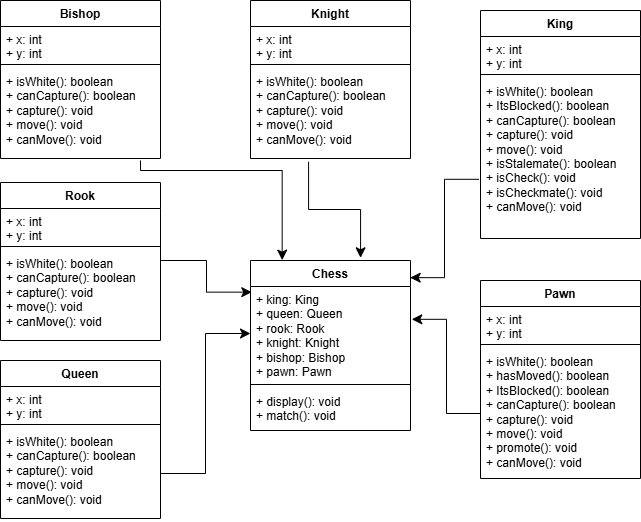
The draw.io diagram Chess/src/Class Diagrams/MainScreen.png in 425656gabriel/Chess, before a commit. Source tidied: cells renumbered, new cells last; positions are measured from the earlier drawing's top-left corner, leaving out a move shared by most shapes.
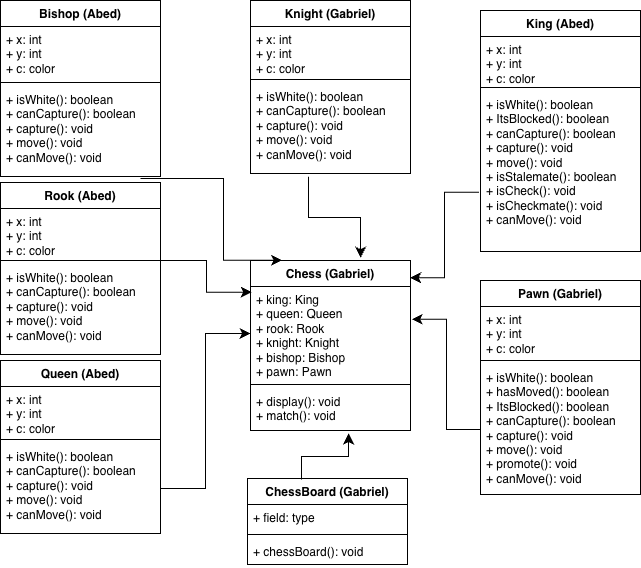
After the commit.

What changed in the source:
```diff
@@ -2,7 +2,7 @@
   <root>
     <mxCell id="0" />
     <mxCell id="1" parent="0" />
-    <mxCell id="2" value="Chess" style="swimlane;fontStyle=1;align=center;verticalAlign=top;horizontal=1;startSize=26;whiteSpace=wrap;html=1;" parent="1" vertex="1">
+    <mxCell id="2" value="Chess (Gabriel)" style="swimlane;fontStyle=1;align=center;verticalAlign=top;horizontal=1;startSize=26;whiteSpace=wrap;html=1;" parent="1" vertex="1">
       <mxGeometry x="250" y="260" width="160" height="170" as="geometry" />
     </mxCell>
     <mxCell id="3" value="+ king: King&lt;div&gt;+ queen: Queen&lt;/div&gt;&lt;div&gt;+ rook: Rook&lt;/div&gt;&lt;div&gt;+ knight: Knight&lt;/div&gt;&lt;div&gt;+ bishop: Bishop&lt;/div&gt;&lt;div&gt;+ pawn: Pawn&lt;/div&gt;" style="text;strokeColor=none;fillColor=none;align=left;verticalAlign=top;spacingLeft=4;spacingRight=4;overflow=hidden;points=[[0,0.5],[1,0.5]];portConstraint=eastwest;whiteSpace=wrap;html=1;" parent="2" vertex="1">
@@ -14,77 +14,77 @@
     <mxCell id="5" value="+ display(): void&lt;div&gt;+ match(): void&lt;/div&gt;" style="text;strokeColor=none;fillColor=none;align=left;verticalAlign=top;spacingLeft=4;spacingRight=4;overflow=hidden;points=[[0,0.5],[1,0.5]];portConstraint=eastwest;whiteSpace=wrap;html=1;" parent="2" vertex="1">
       <mxGeometry y="128" width="160" height="42" as="geometry" />
     </mxCell>
-    <mxCell id="6" value="King" style="swimlane;fontStyle=1;align=center;verticalAlign=top;horizontal=1;startSize=26;whiteSpace=wrap;html=1;" parent="1" vertex="1">
-      <mxGeometry x="480" y="10" width="160" height="228" as="geometry" />
+    <mxCell id="6" value="King (Abed)" style="swimlane;fontStyle=1;align=center;verticalAlign=top;horizontal=1;startSize=26;whiteSpace=wrap;html=1;" parent="1" vertex="1">
+      <mxGeometry x="480" y="10" width="160" height="241" as="geometry" />
     </mxCell>
-    <mxCell id="7" value="+ x: int&lt;div&gt;+ y: int&lt;/div&gt;" style="text;strokeColor=none;fillColor=none;align=left;verticalAlign=top;spacingLeft=4;spacingRight=4;overflow=hidden;whiteSpace=wrap;html=1;" parent="6" vertex="1">
-      <mxGeometry y="26" width="160" height="34" as="geometry" />
+    <mxCell id="7" value="+ x: int&lt;div&gt;+ y: int&lt;/div&gt;&lt;div&gt;+ c: color&lt;/div&gt;" style="text;strokeColor=none;fillColor=none;align=left;verticalAlign=top;spacingLeft=4;spacingRight=4;overflow=hidden;whiteSpace=wrap;html=1;" parent="6" vertex="1">
+      <mxGeometry y="26" width="160" height="47" as="geometry" />
     </mxCell>
     <mxCell id="8" style="line;strokeWidth=1;fillColor=none;align=left;verticalAlign=middle;spacingTop=-1;spacingLeft=3;spacingRight=3;labelPosition=right;strokeColor=inherit;" parent="6" vertex="1">
-      <mxGeometry y="60" width="160" height="8" as="geometry" />
+      <mxGeometry y="73" width="160" height="8" as="geometry" />
     </mxCell>
     <mxCell id="9" value="&lt;div&gt;+ isWhite(): boolean&lt;div&gt;&lt;span style=&quot;background-color: transparent; color: light-dark(rgb(0, 0, 0), rgb(255, 255, 255));&quot;&gt;+ ItsBlocked(): boolean&lt;/span&gt;&lt;/div&gt;&lt;div&gt;+ canCapture(): boolean&lt;/div&gt;&lt;div&gt;+ capture(): void&lt;/div&gt;&lt;div&gt;+ move(): void&lt;/div&gt;&lt;div&gt;+ isStalemate(): boolean&lt;/div&gt;&lt;/div&gt;&lt;div&gt;+ isCheck(): void&lt;/div&gt;&lt;div&gt;+ isCheckmate(): void&lt;/div&gt;&lt;div&gt;+ canMove(): void&lt;/div&gt;" style="text;strokeColor=none;fillColor=none;align=left;verticalAlign=top;spacingLeft=4;spacingRight=4;overflow=hidden;points=[[0,0.5],[1,0.5]];portConstraint=eastwest;whiteSpace=wrap;html=1;" parent="6" vertex="1">
-      <mxGeometry y="68" width="160" height="160" as="geometry" />
+      <mxGeometry y="81" width="160" height="160" as="geometry" />
     </mxCell>
-    <mxCell id="10" value="Knight" style="swimlane;fontStyle=1;align=center;verticalAlign=top;horizontal=1;startSize=26;whiteSpace=wrap;html=1;" parent="1" vertex="1">
-      <mxGeometry x="250" width="160" height="158" as="geometry" />
+    <mxCell id="10" value="Knight (Gabriel)" style="swimlane;fontStyle=1;align=center;verticalAlign=top;horizontal=1;startSize=26;whiteSpace=wrap;html=1;" parent="1" vertex="1">
+      <mxGeometry x="250" width="160" height="173" as="geometry" />
     </mxCell>
-    <mxCell id="11" value="+ x: int&lt;div&gt;+ y: int&lt;/div&gt;" style="text;strokeColor=none;fillColor=none;align=left;verticalAlign=top;spacingLeft=4;spacingRight=4;overflow=hidden;whiteSpace=wrap;html=1;" parent="10" vertex="1">
-      <mxGeometry y="26" width="160" height="34" as="geometry" />
+    <mxCell id="11" value="+ x: int&lt;div&gt;+ y: int&lt;/div&gt;&lt;div&gt;+ c: color&lt;/div&gt;" style="text;strokeColor=none;fillColor=none;align=left;verticalAlign=top;spacingLeft=4;spacingRight=4;overflow=hidden;whiteSpace=wrap;html=1;" parent="10" vertex="1">
+      <mxGeometry y="26" width="160" height="49" as="geometry" />
     </mxCell>
     <mxCell id="12" style="line;strokeWidth=1;fillColor=none;align=left;verticalAlign=middle;spacingTop=-1;spacingLeft=3;spacingRight=3;labelPosition=right;strokeColor=inherit;" parent="10" vertex="1">
-      <mxGeometry y="60" width="160" height="8" as="geometry" />
+      <mxGeometry y="75" width="160" height="8" as="geometry" />
     </mxCell>
     <mxCell id="13" value="+ isWhite(): boolean&lt;div&gt;&lt;span style=&quot;background-color: transparent; color: light-dark(rgb(0, 0, 0), rgb(255, 255, 255));&quot;&gt;+ canCapture(): boolean&lt;/span&gt;&lt;/div&gt;&lt;div&gt;+ capture(): void&lt;/div&gt;&lt;div&gt;+ move(): void&lt;/div&gt;&lt;div&gt;&lt;span style=&quot;background-color: transparent; color: light-dark(rgb(0, 0, 0), rgb(255, 255, 255));&quot;&gt;+ canMove(): void&lt;/span&gt;&lt;/div&gt;" style="text;strokeColor=none;fillColor=none;align=left;verticalAlign=top;spacingLeft=4;spacingRight=4;overflow=hidden;points=[[0,0.5],[1,0.5]];portConstraint=eastwest;whiteSpace=wrap;html=1;" parent="10" vertex="1">
-      <mxGeometry y="68" width="160" height="90" as="geometry" />
+      <mxGeometry y="83" width="160" height="90" as="geometry" />
     </mxCell>
-    <mxCell id="14" value="Bishop" style="swimlane;fontStyle=1;align=center;verticalAlign=top;horizontal=1;startSize=26;whiteSpace=wrap;html=1;" parent="1" vertex="1">
-      <mxGeometry width="160" height="158" as="geometry" />
+    <mxCell id="14" value="Bishop (Abed)" style="swimlane;fontStyle=1;align=center;verticalAlign=top;horizontal=1;startSize=26;whiteSpace=wrap;html=1;" parent="1" vertex="1">
+      <mxGeometry width="160" height="176" as="geometry" />
     </mxCell>
-    <mxCell id="15" value="+ x: int&lt;div&gt;+ y: int&lt;/div&gt;" style="text;strokeColor=none;fillColor=none;align=left;verticalAlign=top;spacingLeft=4;spacingRight=4;overflow=hidden;whiteSpace=wrap;html=1;" parent="14" vertex="1">
-      <mxGeometry y="26" width="160" height="34" as="geometry" />
+    <mxCell id="15" value="+ x: int&lt;div&gt;+ y: int&lt;/div&gt;&lt;div&gt;+ c: color&lt;/div&gt;" style="text;strokeColor=none;fillColor=none;align=left;verticalAlign=top;spacingLeft=4;spacingRight=4;overflow=hidden;whiteSpace=wrap;html=1;" parent="14" vertex="1">
+      <mxGeometry y="26" width="160" height="52" as="geometry" />
     </mxCell>
     <mxCell id="16" style="line;strokeWidth=1;fillColor=none;align=left;verticalAlign=middle;spacingTop=-1;spacingLeft=3;spacingRight=3;labelPosition=right;strokeColor=inherit;" parent="14" vertex="1">
-      <mxGeometry y="60" width="160" height="8" as="geometry" />
+      <mxGeometry y="78" width="160" height="8" as="geometry" />
     </mxCell>
     <mxCell id="17" value="+ isWhite(): boolean&lt;div&gt;&lt;span style=&quot;background-color: transparent; color: light-dark(rgb(0, 0, 0), rgb(255, 255, 255));&quot;&gt;+ canCapture(): boolean&lt;/span&gt;&lt;/div&gt;&lt;div&gt;+ capture(): void&lt;/div&gt;&lt;div&gt;+ move(): void&lt;/div&gt;&lt;div&gt;&lt;span style=&quot;background-color: transparent; color: light-dark(rgb(0, 0, 0), rgb(255, 255, 255));&quot;&gt;+ canMove(): void&lt;/span&gt;&lt;/div&gt;" style="text;strokeColor=none;fillColor=none;align=left;verticalAlign=top;spacingLeft=4;spacingRight=4;overflow=hidden;points=[[0,0.5],[1,0.5]];portConstraint=eastwest;whiteSpace=wrap;html=1;" parent="14" vertex="1">
-      <mxGeometry y="68" width="160" height="90" as="geometry" />
+      <mxGeometry y="86" width="160" height="90" as="geometry" />
     </mxCell>
-    <mxCell id="18" value="Pawn" style="swimlane;fontStyle=1;align=center;verticalAlign=top;horizontal=1;startSize=26;whiteSpace=wrap;html=1;" parent="1" vertex="1">
-      <mxGeometry x="480" y="280" width="160" height="198" as="geometry" />
+    <mxCell id="18" value="Pawn (Gabriel)" style="swimlane;fontStyle=1;align=center;verticalAlign=top;horizontal=1;startSize=26;whiteSpace=wrap;html=1;" parent="1" vertex="1">
+      <mxGeometry x="480" y="280" width="160" height="214" as="geometry" />
     </mxCell>
-    <mxCell id="19" value="+ x: int&lt;div&gt;+ y: int&lt;/div&gt;" style="text;strokeColor=none;fillColor=none;align=left;verticalAlign=top;spacingLeft=4;spacingRight=4;overflow=hidden;whiteSpace=wrap;html=1;" parent="18" vertex="1">
-      <mxGeometry y="26" width="160" height="34" as="geometry" />
+    <mxCell id="19" value="+ x: int&lt;div&gt;+ y: int&lt;/div&gt;&lt;div&gt;+ c: color&lt;/div&gt;" style="text;strokeColor=none;fillColor=none;align=left;verticalAlign=top;spacingLeft=4;spacingRight=4;overflow=hidden;whiteSpace=wrap;html=1;" parent="18" vertex="1">
+      <mxGeometry y="26" width="160" height="50" as="geometry" />
     </mxCell>
     <mxCell id="20" style="line;strokeWidth=1;fillColor=none;align=left;verticalAlign=middle;spacingTop=-1;spacingLeft=3;spacingRight=3;labelPosition=right;strokeColor=inherit;" parent="18" vertex="1">
-      <mxGeometry y="60" width="160" height="8" as="geometry" />
+      <mxGeometry y="76" width="160" height="8" as="geometry" />
     </mxCell>
     <mxCell id="21" value="+ isWhite(): boolean&lt;div&gt;+ hasMoved(): boolean&lt;/div&gt;&lt;div&gt;+ ItsBlocked(): boolean&lt;/div&gt;&lt;div&gt;+ canCapture(): boolean&lt;/div&gt;&lt;div&gt;+ capture(): void&lt;/div&gt;&lt;div&gt;+ move(): void&lt;/div&gt;&lt;div&gt;+ promote(): void&lt;/div&gt;&lt;div&gt;+ canMove(): void&lt;/div&gt;" style="text;strokeColor=none;fillColor=none;align=left;verticalAlign=top;spacingLeft=4;spacingRight=4;overflow=hidden;points=[[0,0.5],[1,0.5]];portConstraint=eastwest;whiteSpace=wrap;html=1;" parent="18" vertex="1">
-      <mxGeometry y="68" width="160" height="130" as="geometry" />
+      <mxGeometry y="84" width="160" height="130" as="geometry" />
     </mxCell>
-    <mxCell id="22" value="Rook" style="swimlane;fontStyle=1;align=center;verticalAlign=top;horizontal=1;startSize=26;whiteSpace=wrap;html=1;" parent="1" vertex="1">
-      <mxGeometry y="182" width="160" height="158" as="geometry" />
+    <mxCell id="22" value="Rook (Abed)" style="swimlane;fontStyle=1;align=center;verticalAlign=top;horizontal=1;startSize=26;whiteSpace=wrap;html=1;" parent="1" vertex="1">
+      <mxGeometry y="182" width="160" height="172" as="geometry" />
     </mxCell>
-    <mxCell id="23" value="+ x: int&lt;div&gt;+ y: int&lt;/div&gt;" style="text;strokeColor=none;fillColor=none;align=left;verticalAlign=top;spacingLeft=4;spacingRight=4;overflow=hidden;whiteSpace=wrap;html=1;" parent="22" vertex="1">
-      <mxGeometry y="26" width="160" height="34" as="geometry" />
+    <mxCell id="23" value="+ x: int&lt;div&gt;+ y: int&lt;/div&gt;&lt;div&gt;+ c: color&lt;/div&gt;" style="text;strokeColor=none;fillColor=none;align=left;verticalAlign=top;spacingLeft=4;spacingRight=4;overflow=hidden;whiteSpace=wrap;html=1;" parent="22" vertex="1">
+      <mxGeometry y="26" width="160" height="48" as="geometry" />
     </mxCell>
     <mxCell id="24" style="line;strokeWidth=1;fillColor=none;align=left;verticalAlign=middle;spacingTop=-1;spacingLeft=3;spacingRight=3;labelPosition=right;strokeColor=inherit;" parent="22" vertex="1">
-      <mxGeometry y="60" width="160" height="8" as="geometry" />
+      <mxGeometry y="74" width="160" height="8" as="geometry" />
     </mxCell>
     <mxCell id="25" value="+ isWhite(): boolean&lt;div&gt;&lt;span style=&quot;background-color: transparent; color: light-dark(rgb(0, 0, 0), rgb(255, 255, 255));&quot;&gt;+ canCapture(): boolean&lt;/span&gt;&lt;/div&gt;&lt;div&gt;+ capture(): void&lt;/div&gt;&lt;div&gt;+ move(): void&lt;/div&gt;&lt;div&gt;&lt;span style=&quot;background-color: transparent; color: light-dark(rgb(0, 0, 0), rgb(255, 255, 255));&quot;&gt;+ canMove(): void&lt;/span&gt;&lt;/div&gt;" style="text;strokeColor=none;fillColor=none;align=left;verticalAlign=top;spacingLeft=4;spacingRight=4;overflow=hidden;whiteSpace=wrap;html=1;" parent="22" vertex="1">
-      <mxGeometry y="68" width="160" height="90" as="geometry" />
+      <mxGeometry y="82" width="160" height="90" as="geometry" />
     </mxCell>
-    <mxCell id="26" value="Queen" style="swimlane;fontStyle=1;align=center;verticalAlign=top;horizontal=1;startSize=26;whiteSpace=wrap;html=1;" parent="1" vertex="1">
-      <mxGeometry y="360" width="160" height="158" as="geometry" />
+    <mxCell id="26" value="Queen (Abed)" style="swimlane;fontStyle=1;align=center;verticalAlign=top;horizontal=1;startSize=26;whiteSpace=wrap;html=1;" parent="1" vertex="1">
+      <mxGeometry y="360" width="160" height="173" as="geometry" />
     </mxCell>
-    <mxCell id="27" value="+ x: int&lt;div&gt;+ y: int&lt;/div&gt;" style="text;strokeColor=none;fillColor=none;align=left;verticalAlign=top;spacingLeft=4;spacingRight=4;overflow=hidden;whiteSpace=wrap;html=1;" parent="26" vertex="1">
-      <mxGeometry y="26" width="160" height="34" as="geometry" />
+    <mxCell id="27" value="+ x: int&lt;div&gt;+ y: int&lt;/div&gt;&lt;div&gt;+ c: color&lt;/div&gt;" style="text;strokeColor=none;fillColor=none;align=left;verticalAlign=top;spacingLeft=4;spacingRight=4;overflow=hidden;whiteSpace=wrap;html=1;" parent="26" vertex="1">
+      <mxGeometry y="26" width="160" height="49" as="geometry" />
     </mxCell>
     <mxCell id="28" style="line;strokeWidth=1;fillColor=none;align=left;verticalAlign=middle;spacingTop=-1;spacingLeft=3;spacingRight=3;labelPosition=right;strokeColor=inherit;" parent="26" vertex="1">
-      <mxGeometry y="60" width="160" height="8" as="geometry" />
+      <mxGeometry y="75" width="160" height="8" as="geometry" />
     </mxCell>
     <mxCell id="29" value="+ isWhite(): boolean&lt;div&gt;&lt;span style=&quot;background-color: transparent; color: light-dark(rgb(0, 0, 0), rgb(255, 255, 255));&quot;&gt;+ canCapture(): boolean&lt;/span&gt;&lt;/div&gt;&lt;div&gt;+ capture(): void&lt;/div&gt;&lt;div&gt;+ move(): void&lt;/div&gt;&lt;div&gt;&lt;span style=&quot;background-color: transparent; color: light-dark(rgb(0, 0, 0), rgb(255, 255, 255));&quot;&gt;+ canMove(): void&lt;/span&gt;&lt;/div&gt;" style="text;strokeColor=none;fillColor=none;align=left;verticalAlign=top;spacingLeft=4;spacingRight=4;overflow=hidden;points=[[0,0.5],[1,0.5]];portConstraint=eastwest;whiteSpace=wrap;html=1;" parent="26" vertex="1">
-      <mxGeometry y="68" width="160" height="90" as="geometry" />
+      <mxGeometry y="83" width="160" height="90" as="geometry" />
     </mxCell>
     <mxCell id="30" style="edgeStyle=elbowEdgeStyle;elbow=horizontal;endArrow=classic;html=1;curved=0;rounded=0;endSize=8;startSize=8;entryX=0;entryY=0.5;entryDx=0;entryDy=0;exitX=1;exitY=0.5;exitDx=0;exitDy=0;" parent="1" edge="1" source="29" target="3">
       <mxGeometry relative="1" as="geometry" />
@@ -100,15 +100,30 @@
     <mxCell id="33" style="edgeStyle=elbowEdgeStyle;elbow=vertical;endArrow=classic;html=1;curved=0;rounded=0;endSize=8;startSize=8;exitX=0.363;exitY=1.036;exitDx=0;exitDy=0;exitPerimeter=0;entryX=0.688;entryY=-0.016;entryDx=0;entryDy=0;entryPerimeter=0;" parent="1" edge="1" source="13" target="2">
       <mxGeometry relative="1" as="geometry" />
     </mxCell>
-    <mxCell id="34" style="edgeStyle=elbowEdgeStyle;elbow=vertical;endArrow=classic;html=1;curved=0;rounded=0;endSize=8;startSize=8;exitX=0.875;exitY=1.022;exitDx=0;exitDy=0;exitPerimeter=0;entryX=0.198;entryY=-0.002;entryDx=0;entryDy=0;entryPerimeter=0;" parent="1" edge="1" source="17" target="2">
+    <mxCell id="34" style="edgeStyle=elbowEdgeStyle;elbow=horizontal;endArrow=classic;html=1;curved=0;rounded=0;endSize=8;startSize=8;exitX=0.875;exitY=1.022;exitDx=0;exitDy=0;exitPerimeter=0;entryX=0.198;entryY=-0.002;entryDx=0;entryDy=0;entryPerimeter=0;" parent="1" edge="1" source="17" target="2">
       <mxGeometry relative="1" as="geometry">
         <Array as="points">
-          <mxPoint x="230" y="170" />
+          <mxPoint x="223" y="212" />
         </Array>
       </mxGeometry>
     </mxCell>
     <mxCell id="35" style="edgeStyle=elbowEdgeStyle;elbow=horizontal;endArrow=classic;html=1;curved=0;rounded=0;endSize=8;startSize=8;entryX=0.998;entryY=0.101;entryDx=0;entryDy=0;entryPerimeter=0;exitX=-0.01;exitY=0.63;exitDx=0;exitDy=0;exitPerimeter=0;" parent="1" edge="1" source="9" target="2">
       <mxGeometry relative="1" as="geometry" />
     </mxCell>
+    <mxCell id="36" value="ChessBoard (Gabriel)" style="swimlane;fontStyle=1;align=center;verticalAlign=top;horizontal=1;startSize=26;whiteSpace=wrap;html=1;" parent="1" vertex="1">
+      <mxGeometry x="247" y="478" width="160" height="86" as="geometry" />
+    </mxCell>
+    <mxCell id="37" value="+ field: type" style="text;strokeColor=none;fillColor=none;align=left;verticalAlign=top;spacingLeft=4;spacingRight=4;overflow=hidden;whiteSpace=wrap;html=1;" parent="36" vertex="1">
+      <mxGeometry y="26" width="160" height="26" as="geometry" />
+    </mxCell>
+    <mxCell id="38" style="line;strokeWidth=1;fillColor=none;align=left;verticalAlign=middle;spacingTop=-1;spacingLeft=3;spacingRight=3;labelPosition=right;strokeColor=inherit;" parent="36" vertex="1">
+      <mxGeometry y="52" width="160" height="8" as="geometry" />
+    </mxCell>
+    <mxCell id="39" value="+ chessBoard(): void" style="text;strokeColor=none;fillColor=none;align=left;verticalAlign=top;spacingLeft=4;spacingRight=4;overflow=hidden;whiteSpace=wrap;html=1;" parent="36" vertex="1">
+      <mxGeometry y="60" width="160" height="26" as="geometry" />
+    </mxCell>
+    <mxCell id="40" style="edgeStyle=elbowEdgeStyle;elbow=vertical;endArrow=classic;html=1;curved=0;rounded=0;endSize=8;startSize=8;exitX=0.338;exitY=0.012;exitDx=0;exitDy=0;exitPerimeter=0;entryX=0.613;entryY=1.071;entryDx=0;entryDy=0;entryPerimeter=0;" parent="1" edge="1" source="36" target="5">
+      <mxGeometry relative="1" as="geometry" />
+    </mxCell>
   </root>
 </mxGraphModel>
```
